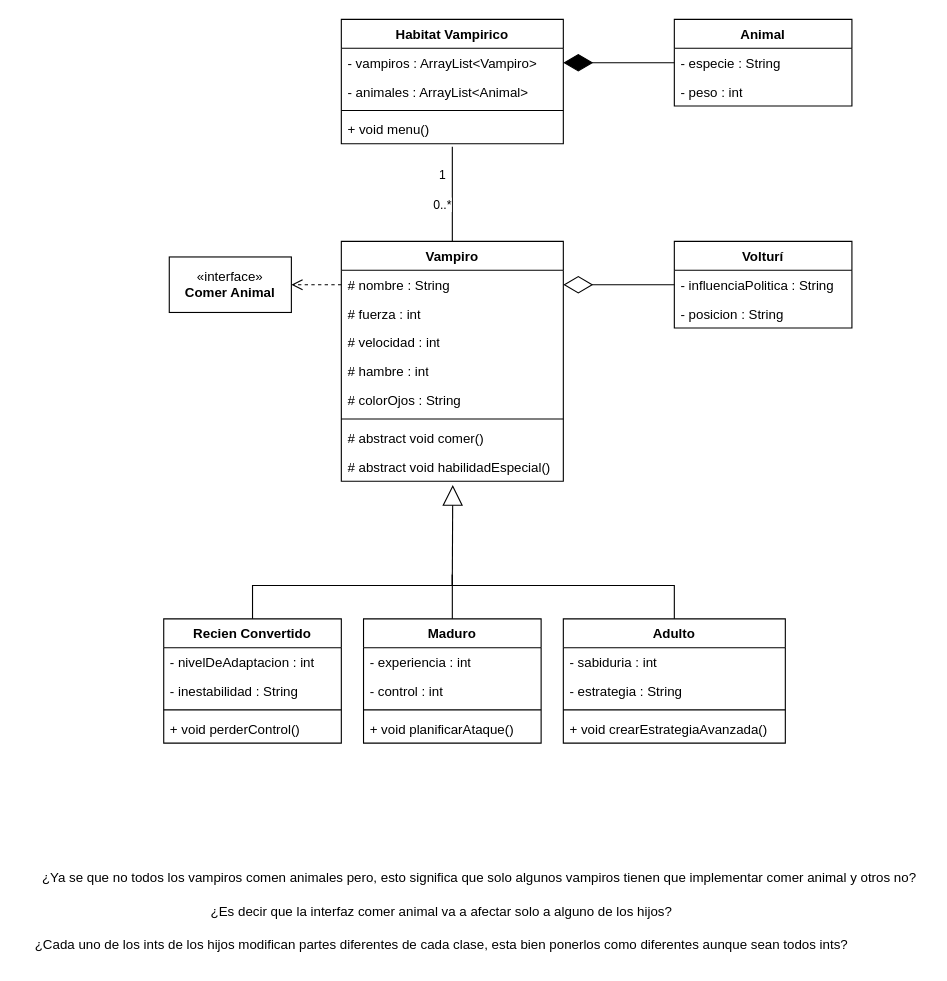
This is diagramas_y_consigna/UML_GestionCrepusculo.drawio from tomascortina/TP_POOI_Soriano_Cortina, a draw.io file, before an edit. Source tidied: cells renumbered, new cells numbered last; positions are measured from the earlier drawing's top-left corner, leaving out a move shared by most shapes. Both pictures are drawn from the tidied source at 111%, with x=0, y=0 at pixel (19, 19).
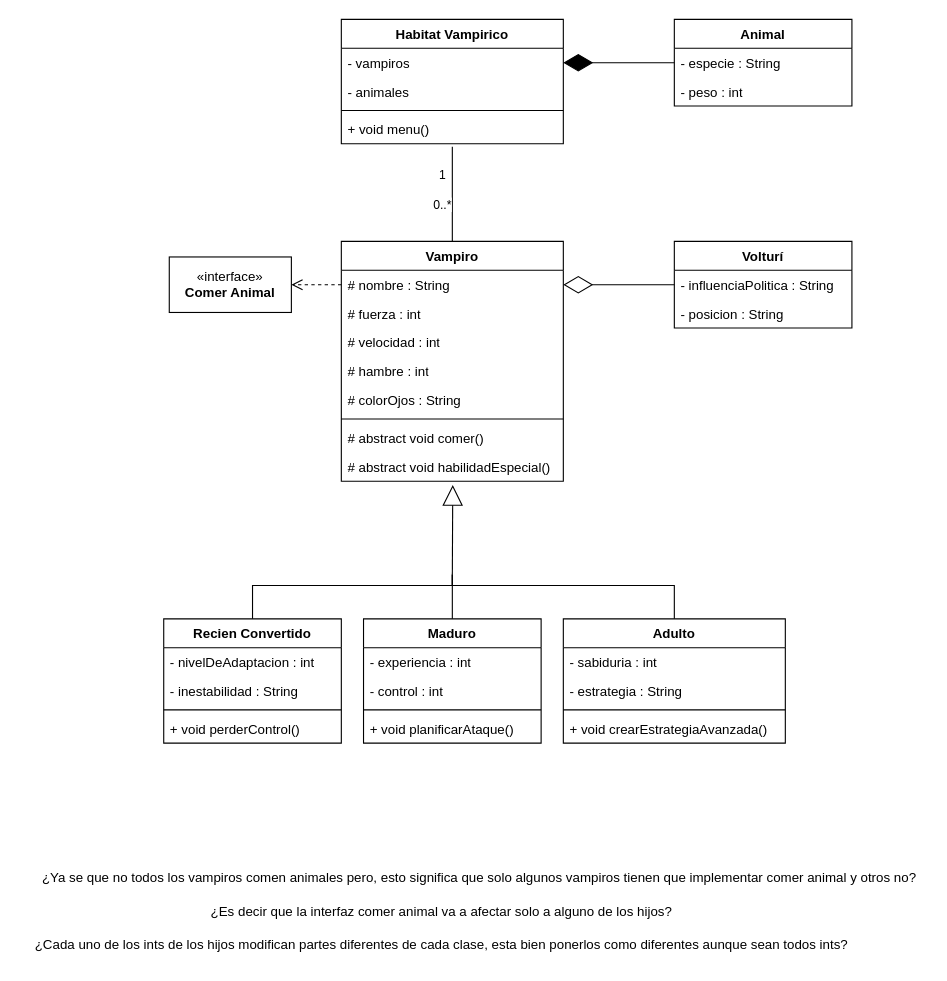
After the change.

The change refers to these unchanged cells:
```xml
<mxCell id="2" value="Habitat Vampirico" style="swimlane;fontStyle=1;align=center;verticalAlign=top;horizontal=1;startSize=26;whiteSpace=wrap;html=1;" parent="1" vertex="1">
  <mxGeometry x="290" width="200" height="112" as="geometry" />
</mxCell>
```

What changed in the source:
```diff
@@
-    <mxCell id="3" value="- vampiros : ArrayList&amp;lt;Vampiro&amp;gt;" style="text;strokeColor=none;fillColor=none;align=left;verticalAlign=top;spacingLeft=4;spacingRight=4;overflow=hidden;points=[[0,0.5],[1,0.5]];portConstraint=eastwest;whiteSpace=wrap;html=1;" parent="2" vertex="1">
+    <mxCell id="3" value="- vampiros" style="text;strokeColor=none;fillColor=none;align=left;verticalAlign=top;spacingLeft=4;spacingRight=4;overflow=hidden;points=[[0,0.5],[1,0.5]];portConstraint=eastwest;whiteSpace=wrap;html=1;" parent="2" vertex="1">
       <mxGeometry y="26" width="200" height="26" as="geometry" />
     </mxCell>
-    <mxCell id="4" value="- animales : ArrayList&amp;lt;Animal&amp;gt;" style="text;strokeColor=none;fillColor=none;align=left;verticalAlign=top;spacingLeft=4;spacingRight=4;overflow=hidden;whiteSpace=wrap;html=1;" parent="2" vertex="1">
+    <mxCell id="4" value="- animales&amp;nbsp;" style="text;strokeColor=none;fillColor=none;align=left;verticalAlign=top;spacingLeft=4;spacingRight=4;overflow=hidden;whiteSpace=wrap;html=1;" parent="2" vertex="1">
       <mxGeometry y="52" width="200" height="26" as="geometry" />
     </mxCell>
```
